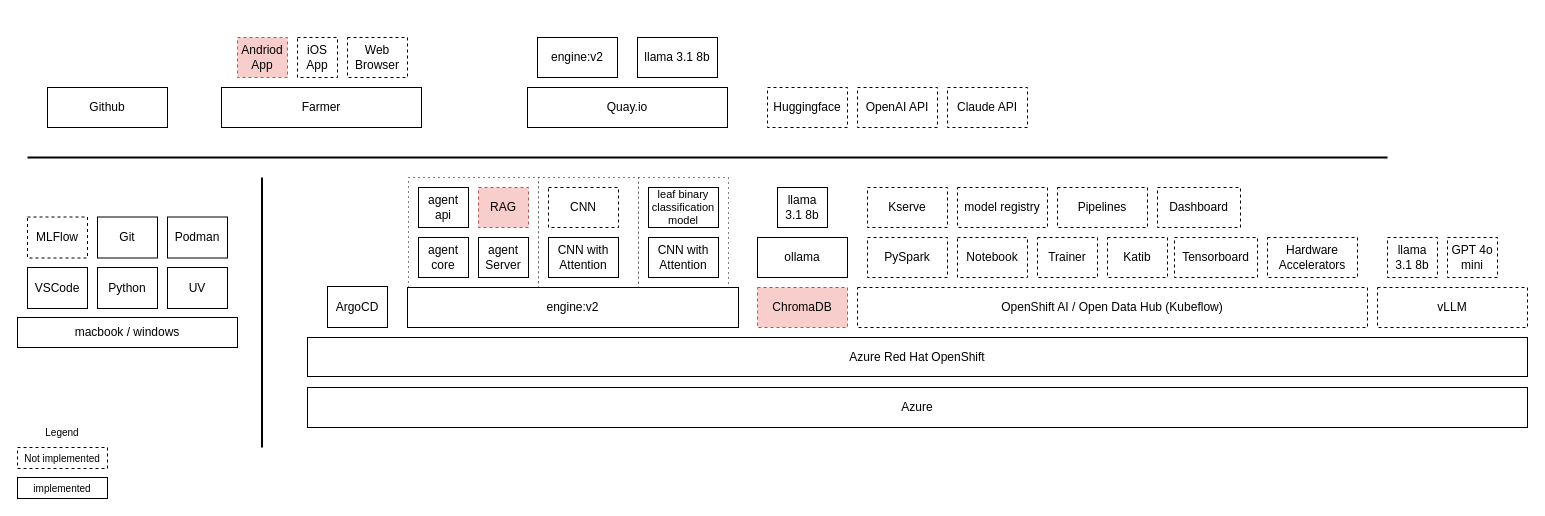
Above: page "Deployment-Architecture" (3 of 7) of docs/architecture.drawio in Amitgm/sasya-chikitsa (draw.io), before the change. Source tidied: cells renumbered, new cells numbered last; positions are measured from the earlier drawing's top-left corner, leaving out a move shared by most shapes. Both pictures are drawn from the tidied source at 100%, with x=0, y=0 at pixel (17, 37).
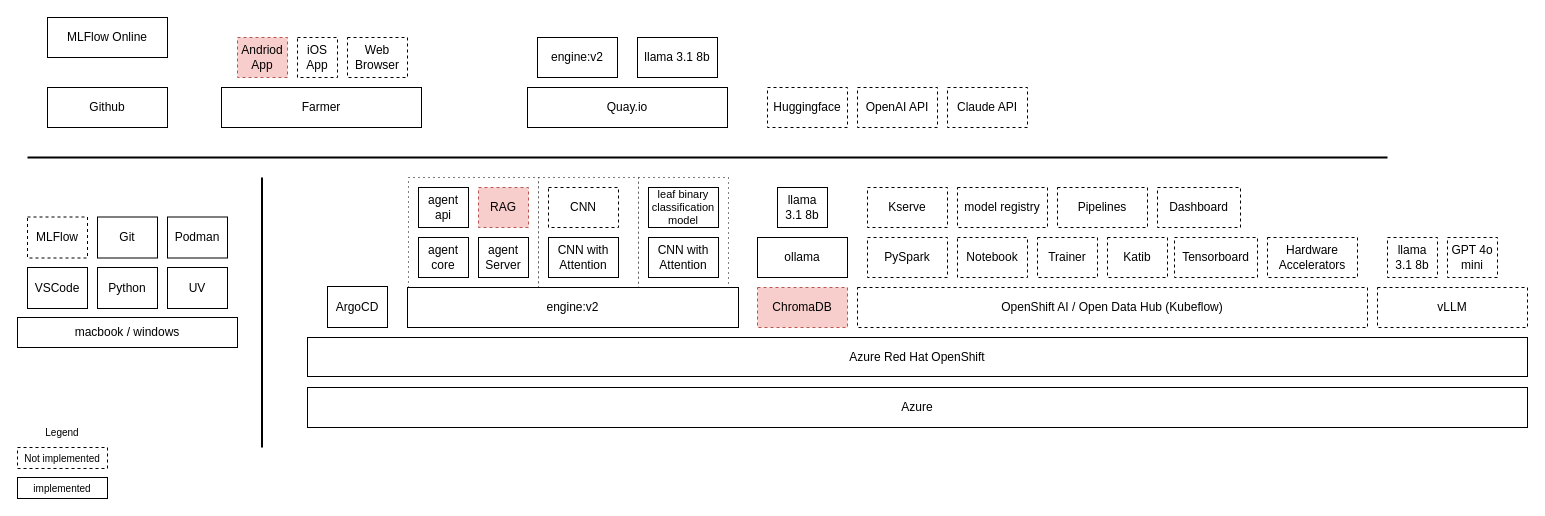
The same diagram, later.

The edit, as a diff of the source:
```diff
@@
+    <mxCell id="61" value="MLFlow Online" style="rounded=0;whiteSpace=wrap;html=1;" parent="1" vertex="1">
+      <mxGeometry x="30" y="-20" width="120" height="40" as="geometry" />
+    </mxCell>
```
